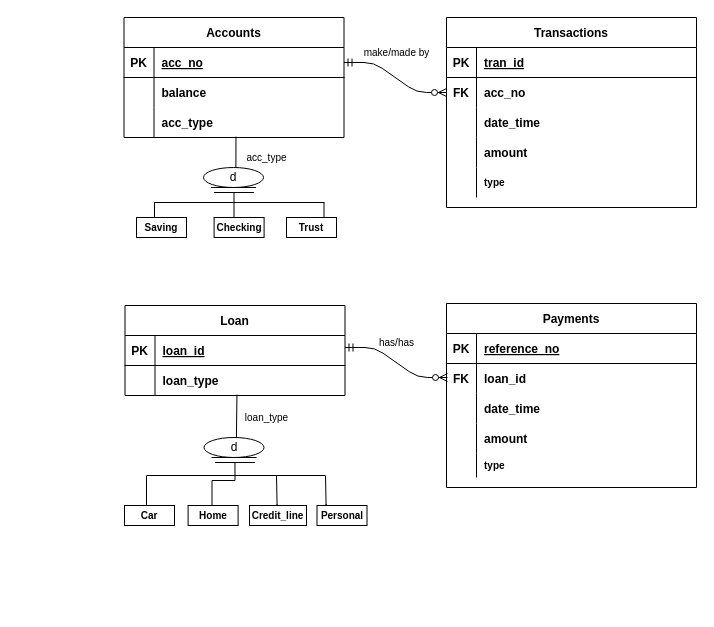
Earlier version of the draw.io diagram page "Q1-CrowsFoot" (1 of 7) of DBDESIGN-ASS1.drawio (nurezzajeslin/week3). Source tidied: cells renumbered, new cells numbered last; positions are measured from the earlier drawing's top-left corner, leaving out a move shared by most shapes. Both pictures are drawn from the tidied source at 100%, with x=0, y=0 at pixel (124, 17).
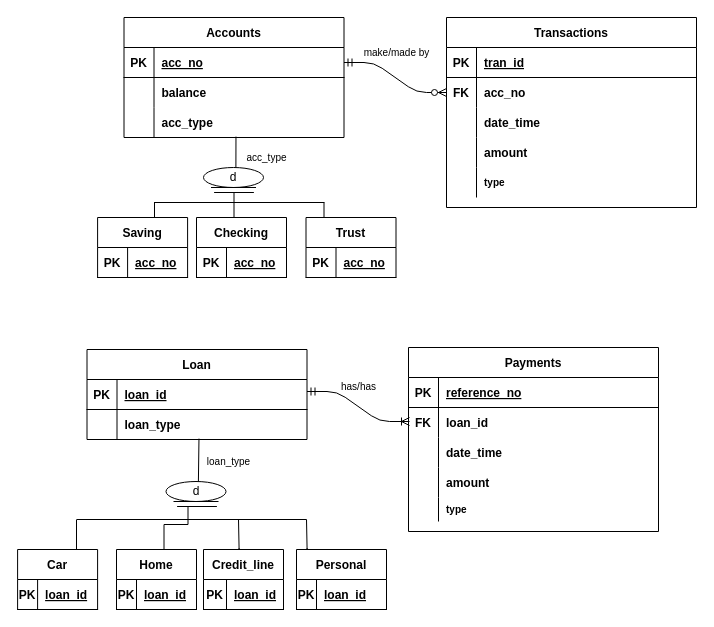
After the change.

What changed in the source:
```diff
@@
     <mxCell id="19" value="Payments" style="shape=table;startSize=30;childLayout=tableLayout;rowLines=0;fontStyle=1;align=center;" parent="1" vertex="1">
-      <mxGeometry x="322" y="286" width="250" height="184" as="geometry" />
+      <mxGeometry x="284" y="330" width="250" height="184" as="geometry" />
     </mxCell>
@@
-    <mxCell id="50" value="&lt;b&gt;Saving&lt;/b&gt;" style="whiteSpace=wrap;html=1;align=center;fontSize=10;" parent="1" vertex="1">
-      <mxGeometry x="12" y="200" width="50" height="20" as="geometry" />
-    </mxCell>
-    <mxCell id="51" value="&lt;b&gt;Checking&lt;/b&gt;" style="whiteSpace=wrap;html=1;align=center;fontSize=10;" parent="1" vertex="1">
-      <mxGeometry x="89.6" y="200" width="50" height="20" as="geometry" />
-    </mxCell>
-    <mxCell id="52" value="&lt;b&gt;Trust&lt;/b&gt;" style="whiteSpace=wrap;html=1;align=center;fontSize=10;" parent="1" vertex="1">
-      <mxGeometry x="162" y="200" width="50" height="20" as="geometry" />
-    </mxCell>
@@
     <mxCell id="56" value="Loan" style="shape=table;startSize=30;childLayout=tableLayout;rowLines=0;fontStyle=1;align=center;" parent="1" vertex="1">
-      <mxGeometry x="0.5" y="288" width="220" height="90" as="geometry" />
+      <mxGeometry x="-37.5" y="332" width="220" height="90" as="geometry" />
     </mxCell>
@@
     <mxCell id="64" value="d" style="ellipse;shape=umlEntity;whiteSpace=wrap;html=1;" parent="1" vertex="1">
-      <mxGeometry x="79.5" y="420" width="60" height="20" as="geometry" />
+      <mxGeometry x="41.5" y="464" width="60" height="20" as="geometry" />
     </mxCell>
     <mxCell id="65" style="line;strokeWidth=1;dashed=0;labelPosition=right;align=left;verticalAlign=middle;spacingTop=0;spacingLeft=6;points=[];portConstraint=eastwest;" parent="1" vertex="1">
-      <mxGeometry x="90.6" y="440" width="39.8" height="10" as="geometry" />
+      <mxGeometry x="52.6" y="484" width="39.8" height="10" as="geometry" />
     </mxCell>
     <mxCell id="66" value="&lt;font style=&quot;font-size: 10px&quot;&gt;loan_type&lt;/font&gt;" style="text;html=1;align=center;verticalAlign=middle;strokeColor=none;fillColor=none;" parent="1" vertex="1">
-      <mxGeometry x="112" y="390" width="60" height="20" as="geometry" />
+      <mxGeometry x="74" y="434" width="60" height="20" as="geometry" />
     </mxCell>
     <mxCell id="67" style="edgeStyle=orthogonalEdgeStyle;rounded=0;orthogonalLoop=1;jettySize=auto;html=1;fontSize=6;endArrow=none;endFill=0;" parent="1" edge="1">
       <mxGeometry relative="1" as="geometry">
-        <mxPoint x="37" y="492" as="sourcePoint" />
-        <mxPoint x="22" y="458.3" as="targetPoint" />
+        <mxPoint x="-33" y="536" as="sourcePoint" />
+        <mxPoint x="-48" y="502.3" as="targetPoint" />
         <Array as="points">
-          <mxPoint x="22" y="492" />
+          <mxPoint x="-48" y="536" />
         </Array>
       </mxGeometry>
     </mxCell>
-    <mxCell id="68" value="&lt;b&gt;Car&lt;/b&gt;" style="whiteSpace=wrap;html=1;align=center;fontSize=10;" parent="1" vertex="1">
-      <mxGeometry y="488" width="50" height="20" as="geometry" />
-    </mxCell>
-    <mxCell id="69" value="&lt;b&gt;Home&lt;/b&gt;" style="whiteSpace=wrap;html=1;align=center;fontSize=10;" parent="1" vertex="1">
-      <mxGeometry x="63.6" y="488" width="50" height="20" as="geometry" />
-    </mxCell>
-    <mxCell id="70" value="&lt;b&gt;Credit_line&lt;/b&gt;" style="whiteSpace=wrap;html=1;align=center;fontSize=10;" parent="1" vertex="1">
-      <mxGeometry x="125" y="488" width="57" height="20" as="geometry" />
-    </mxCell>
-    <mxCell id="71" style="edgeStyle=orthogonalEdgeStyle;rounded=0;jettySize=auto;html=1;exitX=0;exitY=0.5;exitDx=0;exitDy=0;exitPerimeter=0;entryX=0.499;entryY=0.546;entryDx=0;entryDy=0;entryPerimeter=0;fontSize=6;endArrow=none;endFill=0;" parent="1" edge="1" source="72" target="65">
-      <mxGeometry relative="1" as="geometry" />
+    <mxCell id="71" style="edgeStyle=orthogonalEdgeStyle;rounded=0;orthogonalLoop=1;jettySize=auto;html=1;exitX=0;exitY=0.5;exitDx=0;exitDy=0;exitPerimeter=0;entryX=0.499;entryY=0.546;entryDx=0;entryDy=0;entryPerimeter=0;fontSize=6;endArrow=none;endFill=0;" parent="1" edge="1">
+      <mxGeometry relative="1" as="geometry">
+        <mxPoint x="39.5" y="507" as="sourcePoint" />
+        <mxPoint x="63.5" y="489.5" as="targetPoint" />
+      </mxGeometry>
     </mxCell>
     <mxCell id="72" style="line;strokeWidth=1;direction=south;html=1;fontSize=10;" parent="1" vertex="1">
-      <mxGeometry x="82.5" y="463" width="10" height="25" as="geometry" />
+      <mxGeometry x="34.5" y="507" width="10" height="25" as="geometry" />
     </mxCell>
     <mxCell id="73" style="line;strokeWidth=1;html=1;perimeter=backbonePerimeter;fontSize=6;textOpacity=90;" parent="1" vertex="1">
-      <mxGeometry x="22" y="453" width="178.6" height="10" as="geometry" />
+      <mxGeometry x="-48" y="497" width="230" height="10" as="geometry" />
     </mxCell>
-    <mxCell id="74" value="&lt;b&gt;Personal&lt;/b&gt;" style="whiteSpace=wrap;html=1;align=center;fontSize=10;" parent="1" vertex="1">
-      <mxGeometry x="192.5" y="488" width="50" height="20" as="geometry" />
-    </mxCell>
     <mxCell id="75" style="edgeStyle=orthogonalEdgeStyle;rounded=0;orthogonalLoop=1;jettySize=auto;html=1;fontSize=6;endArrow=none;endFill=0;exitX=0.467;exitY=0.032;exitDx=0;exitDy=0;exitPerimeter=0;" parent="1" edge="1">
       <mxGeometry relative="1" as="geometry">
-        <mxPoint x="152.6" y="486.6" as="sourcePoint" />
-        <mxPoint x="152" y="458" as="targetPoint" />
+        <mxPoint x="114.6" y="530.6" as="sourcePoint" />
+        <mxPoint x="114" y="502" as="targetPoint" />
         <Array as="points">
-          <mxPoint x="153" y="488" />
-          <mxPoint x="152" y="488" />
+          <mxPoint x="115" y="532" />
+          <mxPoint x="114" y="532" />
         </Array>
       </mxGeometry>
     </mxCell>
-    <mxCell id="76" style="edgeStyle=orthogonalEdgeStyle;rounded=0;orthogonalLoop=1;jettySize=auto;html=1;fontSize=6;endArrow=none;endFill=0;exitX=0.467;exitY=0.032;exitDx=0;exitDy=0;exitPerimeter=0;" parent="1" edge="1">
-      <mxGeometry relative="1" as="geometry">
-        <mxPoint x="201.6" y="486.6" as="sourcePoint" />
-        <mxPoint x="201" y="458" as="targetPoint" />
-        <Array as="points">
-          <mxPoint x="202" y="488" />
-          <mxPoint x="201" y="488" />
-        </Array>
-      </mxGeometry>
-    </mxCell>
-    <mxCell id="77" style="edgeStyle=entityRelationEdgeStyle;endArrow=ERzeroToMany;startArrow=ERmandOne;endFill=1;startFill=0;" parent="1" edge="1">
+    <mxCell id="77" style="edgeStyle=entityRelationEdgeStyle;endArrow=ERoneToMany;startArrow=ERmandOne;endFill=0;startFill=0;" parent="1" edge="1">
       <mxGeometry relative="1" as="geometry">
-        <mxPoint x="220.5" y="330" as="sourcePoint" />
-        <mxPoint x="323" y="360" as="targetPoint" />
+        <mxPoint x="182.5" y="374" as="sourcePoint" />
+        <mxPoint x="285" y="404" as="targetPoint" />
       </mxGeometry>
     </mxCell>
@@
     <mxCell id="79" value="&lt;font style=&quot;font-size: 10px&quot;&gt;has/has&lt;/font&gt;" style="text;html=1;align=center;verticalAlign=middle;strokeColor=none;fillColor=none;fontSize=6;" parent="1" vertex="1">
-      <mxGeometry x="247" y="320" width="50" height="10" as="geometry" />
+      <mxGeometry x="209" y="364" width="50" height="10" as="geometry" />
     </mxCell>
+    <mxCell id="50" value="Saving" style="shape=table;startSize=30;childLayout=tableLayout;rowLines=0;fontStyle=1;align=center;" parent="1" vertex="1">
+      <mxGeometry x="-26.9" y="200" width="90" height="60" as="geometry" />
+    </mxCell>
+    <mxCell id="80" style="shape=partialRectangle;fillColor=none;top=0;left=0;right=0;bottom=1;" parent="50" vertex="1">
+      <mxGeometry y="30" width="90" height="30" as="geometry" />
+    </mxCell>
+    <mxCell id="81" value="PK" style="shape=partialRectangle;overflow=hidden;fillColor=none;top=0;left=0;bottom=0;right=0;fontStyle=1;" parent="80" vertex="1">
+      <mxGeometry width="30" height="30" as="geometry" />
+    </mxCell>
+    <mxCell id="82" value="acc_no" style="shape=partialRectangle;overflow=hidden;fillColor=none;top=0;left=0;bottom=0;right=0;align=left;spacingLeft=6;fontStyle=5;" parent="80" vertex="1">
+      <mxGeometry x="30" width="60" height="30" as="geometry" />
+    </mxCell>
+    <mxCell id="51" value="Checking" style="shape=table;startSize=30;childLayout=tableLayout;rowLines=0;fontStyle=1;align=center;" parent="1" vertex="1">
+      <mxGeometry x="72" y="200" width="90" height="60" as="geometry" />
+    </mxCell>
+    <mxCell id="83" style="shape=partialRectangle;fillColor=none;top=0;left=0;right=0;bottom=1;" parent="51" vertex="1">
+      <mxGeometry y="30" width="90" height="30" as="geometry" />
+    </mxCell>
+    <mxCell id="84" value="PK" style="shape=partialRectangle;overflow=hidden;fillColor=none;top=0;left=0;bottom=0;right=0;fontStyle=1;" parent="83" vertex="1">
+      <mxGeometry width="30" height="30" as="geometry" />
+    </mxCell>
+    <mxCell id="85" value="acc_no" style="shape=partialRectangle;overflow=hidden;fillColor=none;top=0;left=0;bottom=0;right=0;align=left;spacingLeft=6;fontStyle=5;" parent="83" vertex="1">
+      <mxGeometry x="30" width="60" height="30" as="geometry" />
+    </mxCell>
+    <mxCell id="52" value="Trust" style="shape=table;startSize=30;childLayout=tableLayout;rowLines=0;fontStyle=1;align=center;" parent="1" vertex="1">
+      <mxGeometry x="181.5" y="200" width="90" height="60" as="geometry" />
+    </mxCell>
+    <mxCell id="86" style="shape=partialRectangle;fillColor=none;top=0;left=0;right=0;bottom=1;" parent="52" vertex="1">
+      <mxGeometry y="30" width="90" height="30" as="geometry" />
+    </mxCell>
+    <mxCell id="87" value="PK" style="shape=partialRectangle;overflow=hidden;fillColor=none;top=0;left=0;bottom=0;right=0;fontStyle=1;" parent="86" vertex="1">
+      <mxGeometry width="30" height="30" as="geometry" />
+    </mxCell>
+    <mxCell id="88" value="acc_no" style="shape=partialRectangle;overflow=hidden;fillColor=none;top=0;left=0;bottom=0;right=0;align=left;spacingLeft=6;fontStyle=5;" parent="86" vertex="1">
+      <mxGeometry x="30" width="60" height="30" as="geometry" />
+    </mxCell>
+    <mxCell id="68" value="Car" style="shape=table;startSize=30;childLayout=tableLayout;rowLines=0;fontStyle=1;align=center;" parent="1" vertex="1">
+      <mxGeometry x="-106.9" y="532" width="80" height="60" as="geometry" />
+    </mxCell>
+    <mxCell id="89" style="shape=partialRectangle;fillColor=none;top=0;left=0;right=0;bottom=1;" parent="68" vertex="1">
+      <mxGeometry y="30" width="80" height="30" as="geometry" />
+    </mxCell>
+    <mxCell id="90" value="PK" style="shape=partialRectangle;overflow=hidden;fillColor=none;top=0;left=0;bottom=0;right=0;fontStyle=1;" parent="89" vertex="1">
+      <mxGeometry width="20" height="30" as="geometry" />
+    </mxCell>
+    <mxCell id="91" value="loan_id" style="shape=partialRectangle;overflow=hidden;fillColor=none;top=0;left=0;bottom=0;right=0;align=left;spacingLeft=6;fontStyle=5;" parent="89" vertex="1">
+      <mxGeometry x="20" width="60" height="30" as="geometry" />
+    </mxCell>
+    <mxCell id="69" value="Home" style="shape=table;startSize=30;childLayout=tableLayout;rowLines=0;fontStyle=1;align=center;" parent="1" vertex="1">
+      <mxGeometry x="-8" y="532" width="80" height="60" as="geometry" />
+    </mxCell>
+    <mxCell id="92" style="shape=partialRectangle;fillColor=none;top=0;left=0;right=0;bottom=1;" parent="69" vertex="1">
+      <mxGeometry y="30" width="80" height="30" as="geometry" />
+    </mxCell>
+    <mxCell id="93" value="PK" style="shape=partialRectangle;overflow=hidden;fillColor=none;top=0;left=0;bottom=0;right=0;fontStyle=1;" parent="92" vertex="1">
+      <mxGeometry width="20" height="30" as="geometry" />
+    </mxCell>
+    <mxCell id="94" value="loan_id" style="shape=partialRectangle;overflow=hidden;fillColor=none;top=0;left=0;bottom=0;right=0;align=left;spacingLeft=6;fontStyle=5;" parent="92" vertex="1">
+      <mxGeometry x="20" width="60" height="30" as="geometry" />
+    </mxCell>
+    <mxCell id="70" value="Credit_line" style="shape=table;startSize=30;childLayout=tableLayout;rowLines=0;fontStyle=1;align=center;" parent="1" vertex="1">
+      <mxGeometry x="79" y="532" width="80" height="60" as="geometry" />
+    </mxCell>
+    <mxCell id="95" style="shape=partialRectangle;fillColor=none;top=0;left=0;right=0;bottom=1;" parent="70" vertex="1">
+      <mxGeometry y="30" width="80" height="30" as="geometry" />
+    </mxCell>
+    <mxCell id="96" value="PK" style="shape=partialRectangle;overflow=hidden;fillColor=none;top=0;left=0;bottom=0;right=0;fontStyle=1;" parent="95" vertex="1">
+      <mxGeometry width="23" height="30" as="geometry" />
+    </mxCell>
+    <mxCell id="97" value="loan_id" style="shape=partialRectangle;overflow=hidden;fillColor=none;top=0;left=0;bottom=0;right=0;align=left;spacingLeft=6;fontStyle=5;" parent="95" vertex="1">
+      <mxGeometry x="23" width="57" height="30" as="geometry" />
+    </mxCell>
+    <mxCell id="98" style="edgeStyle=orthogonalEdgeStyle;rounded=0;orthogonalLoop=1;jettySize=auto;html=1;fontSize=6;endArrow=none;endFill=0;exitX=0.467;exitY=0.032;exitDx=0;exitDy=0;exitPerimeter=0;" parent="1" edge="1">
+      <mxGeometry relative="1" as="geometry">
+        <mxPoint x="182.6" y="530.6" as="sourcePoint" />
+        <mxPoint x="182" y="502" as="targetPoint" />
+        <Array as="points">
+          <mxPoint x="183" y="532" />
+          <mxPoint x="182" y="532" />
+        </Array>
+      </mxGeometry>
+    </mxCell>
+    <mxCell id="74" value="Personal" style="shape=table;startSize=30;childLayout=tableLayout;rowLines=0;fontStyle=1;align=center;" parent="1" vertex="1">
+      <mxGeometry x="172" y="532" width="90" height="60" as="geometry" />
+    </mxCell>
+    <mxCell id="99" style="shape=partialRectangle;fillColor=none;top=0;left=0;right=0;bottom=1;" parent="74" vertex="1">
+      <mxGeometry y="30" width="90" height="30" as="geometry" />
+    </mxCell>
+    <mxCell id="100" value="PK" style="shape=partialRectangle;overflow=hidden;fillColor=none;top=0;left=0;bottom=0;right=0;fontStyle=1;" parent="99" vertex="1">
+      <mxGeometry width="20" height="30" as="geometry" />
+    </mxCell>
+    <mxCell id="101" value="loan_id" style="shape=partialRectangle;overflow=hidden;fillColor=none;top=0;left=0;bottom=0;right=0;align=left;spacingLeft=6;fontStyle=5;" parent="99" vertex="1">
+      <mxGeometry x="20" width="70" height="30" as="geometry" />
+    </mxCell>
```
